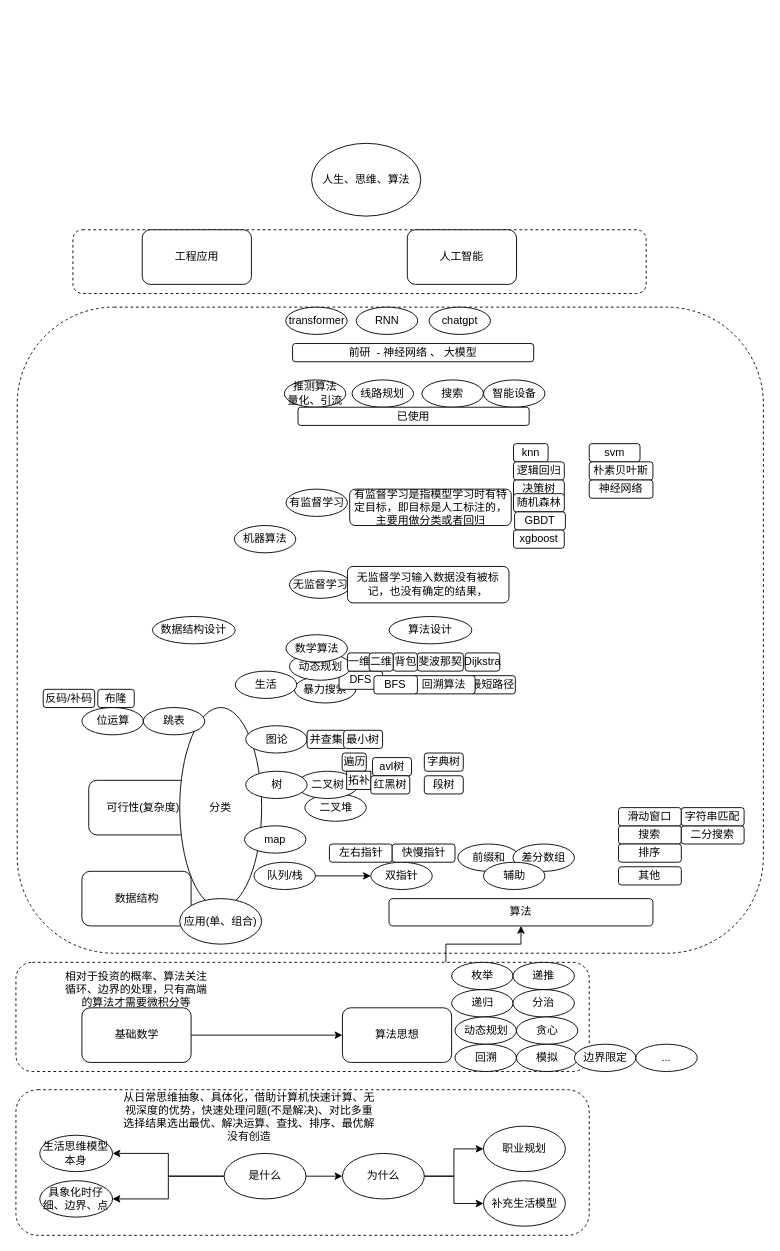
Asamiyaa/microservice-k8s-yun keeps this draw.io diagram as menus/suanfamoxing.drawio. Above is the earlier version. Source tidied: cells renumbered, new cells numbered last; positions are measured from the earlier drawing's top-left corner, leaving out a move shared by most shapes. Both pictures are drawn from the tidied source at 91%, with x=0, y=0 at pixel (15, 143).
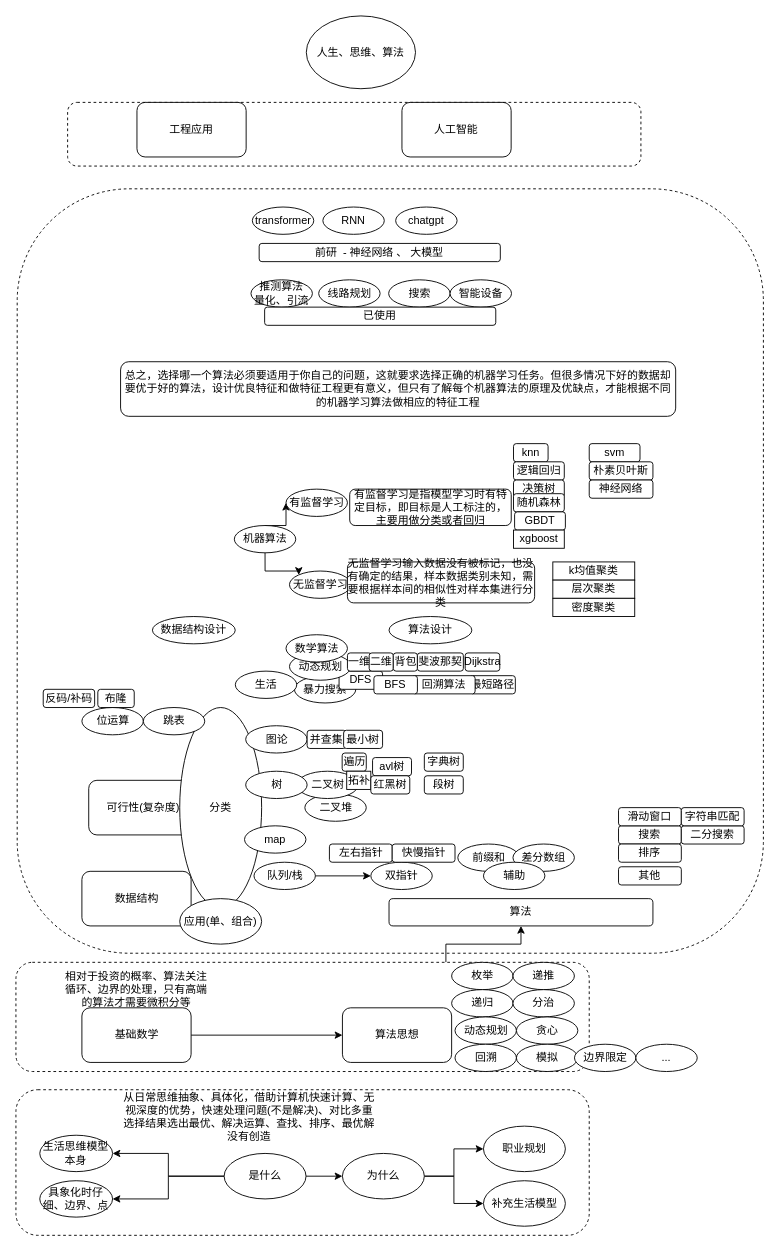
The same page after the edit.

Unchanged cells that the change refers to:
```xml
<mxCell id="73" value="机器算法" style="ellipse;whiteSpace=wrap;html=1;" parent="1" vertex="1">
  <mxGeometry x="240" y="420" width="67.5" height="30" as="geometry" />
</mxCell>
<mxCell id="97" value="有监督学习" style="ellipse;whiteSpace=wrap;html=1;" parent="1" vertex="1">
  <mxGeometry x="296.8" y="380" width="67.5" height="30" as="geometry" />
</mxCell>
<mxCell id="98" value="无监督学习" style="ellipse;whiteSpace=wrap;html=1;" parent="1" vertex="1">
  <mxGeometry x="300.6" y="470" width="67.5" height="30" as="geometry" />
</mxCell>
```

The edit, as a diff of the source:
```diff
@@
     <mxCell id="3" style="rounded=1;whiteSpace=wrap;html=1;dashed=1;" parent="1" vertex="1">
-      <mxGeometry x="62.6" y="95" width="630" height="70" as="geometry" />
+      <mxGeometry x="56.8" y="-45" width="630" height="70" as="geometry" />
     </mxCell>
     <mxCell id="4" style="rounded=1;whiteSpace=wrap;html=1;dashed=1;" parent="1" vertex="1">
-      <mxGeometry x="1.4" y="180" width="820" height="710" as="geometry" />
+      <mxGeometry x="1.4" y="50" width="820" height="840" as="geometry" />
     </mxCell>
@@
     <mxCell id="7" value="人生、思维、算法" style="ellipse;whiteSpace=wrap;html=1;" parent="1" vertex="1">
-      <mxGeometry x="324.9" width="120" height="80" as="geometry" />
+      <mxGeometry x="319.1" y="-140" width="120" height="80" as="geometry" />
     </mxCell>
@@
     <mxCell id="10" value="工程应用" style="rounded=1;whiteSpace=wrap;html=1;" parent="1" vertex="1">
-      <mxGeometry x="138.8" y="95" width="120" height="60" as="geometry" />
+      <mxGeometry x="133" y="-45" width="120" height="60" as="geometry" />
     </mxCell>
     <mxCell id="11" value="人工智能" style="rounded=1;whiteSpace=wrap;html=1;" parent="1" vertex="1">
-      <mxGeometry x="430.1" y="95" width="120" height="60" as="geometry" />
+      <mxGeometry x="424.2" y="-45" width="120" height="60" as="geometry" />
     </mxCell>
@@
+    <mxCell id="110" style="edgeStyle=orthogonalEdgeStyle;rounded=0;jettySize=auto;html=1;exitX=0.5;exitY=0;exitDx=0;exitDy=0;entryX=0;entryY=0.5;entryDx=0;entryDy=0;" parent="1" edge="1" source="73" target="97">
+      <mxGeometry relative="1" as="geometry" />
+    </mxCell>
+    <mxCell id="111" style="edgeStyle=orthogonalEdgeStyle;rounded=0;jettySize=auto;html=1;exitX=0.5;exitY=1;exitDx=0;exitDy=0;entryX=0;entryY=0;entryDx=0;entryDy=0;" parent="1" edge="1" source="73" target="98">
+      <mxGeometry relative="1" as="geometry" />
+    </mxCell>
@@
     <mxCell id="75" value="推测算法&lt;br&gt;量化、引流" style="ellipse;whiteSpace=wrap;html=1;" parent="1" vertex="1">
-      <mxGeometry x="295" y="260" width="67.5" height="30" as="geometry" />
+      <mxGeometry x="258.3" y="150" width="67.5" height="30" as="geometry" />
     </mxCell>
     <mxCell id="76" value="线路规划" style="ellipse;whiteSpace=wrap;html=1;" parent="1" vertex="1">
-      <mxGeometry x="369.4" y="260" width="67.5" height="30" as="geometry" />
+      <mxGeometry x="332.7" y="150" width="67.5" height="30" as="geometry" />
     </mxCell>
     <mxCell id="77" value="搜索" style="ellipse;whiteSpace=wrap;html=1;" parent="1" vertex="1">
-      <mxGeometry x="446.2" y="260" width="67.5" height="30" as="geometry" />
+      <mxGeometry x="409.6" y="150" width="67.5" height="30" as="geometry" />
     </mxCell>
     <mxCell id="78" value="智能设备" style="ellipse;whiteSpace=wrap;html=1;" parent="1" vertex="1">
-      <mxGeometry x="513.8" y="260" width="67.5" height="30" as="geometry" />
+      <mxGeometry x="477.1" y="150" width="67.5" height="30" as="geometry" />
     </mxCell>
     <mxCell id="79" value="已使用" style="rounded=1;whiteSpace=wrap;html=1;" parent="1" vertex="1">
-      <mxGeometry x="310" y="290" width="254" height="20" as="geometry" />
+      <mxGeometry x="273.3" y="180" width="254" height="20" as="geometry" />
     </mxCell>
     <mxCell id="80" value="前研&amp;nbsp; - 神经网络 、 大模型" style="rounded=1;whiteSpace=wrap;html=1;" parent="1" vertex="1">
-      <mxGeometry x="304" y="220" width="265" height="20" as="geometry" />
+      <mxGeometry x="267.3" y="110" width="265" height="20" as="geometry" />
     </mxCell>
     <mxCell id="81" value="transformer" style="ellipse;whiteSpace=wrap;html=1;" parent="1" vertex="1">
-      <mxGeometry x="296.5" y="180" width="67.5" height="30" as="geometry" />
+      <mxGeometry x="259.8" y="70" width="67.5" height="30" as="geometry" />
     </mxCell>
     <mxCell id="82" value="RNN" style="ellipse;whiteSpace=wrap;html=1;" parent="1" vertex="1">
-      <mxGeometry x="374" y="180" width="67.5" height="30" as="geometry" />
+      <mxGeometry x="337.3" y="70" width="67.5" height="30" as="geometry" />
     </mxCell>
     <mxCell id="83" value="chatgpt" style="ellipse;whiteSpace=wrap;html=1;" parent="1" vertex="1">
-      <mxGeometry x="454" y="180" width="67.5" height="30" as="geometry" />
+      <mxGeometry x="417.3" y="70" width="67.5" height="30" as="geometry" />
     </mxCell>
@@
-    <mxCell id="105" value="xgboost" style="rounded=1;whiteSpace=wrap;html=1;" parent="1" vertex="1">
+    <mxCell id="105" value="xgboost" style="rounded=1;whiteSpace=wrap;html=1;arcSize=0;" parent="1" vertex="1">
       <mxGeometry x="546.8" y="425" width="55.8" height="20" as="geometry" />
     </mxCell>
@@
-    <mxCell id="109" value="无监督学习输入数据没有被标记，也没有确定的结果，" style="rounded=1;whiteSpace=wrap;html=1;" parent="1" vertex="1">
-      <mxGeometry x="364.3" y="465" width="177.5" height="40" as="geometry" />
+    <mxCell id="109" value="无监督学习输入数据没有被标记，也没有确定的结果，样本数据类别未知，需要根据样本间的相似性对样本集进行分类" style="rounded=1;whiteSpace=wrap;html=1;" parent="1" vertex="1">
+      <mxGeometry x="364.3" y="460" width="205.7" height="45" as="geometry" />
     </mxCell>
+    <mxCell id="112" value="k均值聚类" style="rounded=1;whiteSpace=wrap;html=1;arcSize=0;" parent="1" vertex="1">
+      <mxGeometry x="590" y="460" width="90" height="20" as="geometry" />
+    </mxCell>
+    <mxCell id="113" value="层次聚类" style="rounded=1;whiteSpace=wrap;html=1;arcSize=0;" parent="1" vertex="1">
+      <mxGeometry x="590" y="480" width="90" height="20" as="geometry" />
+    </mxCell>
+    <mxCell id="114" value="密度聚类" style="rounded=1;whiteSpace=wrap;html=1;arcSize=0;" parent="1" vertex="1">
+      <mxGeometry x="590" y="500" width="90" height="20" as="geometry" />
+    </mxCell>
+    <mxCell id="115" value="总之，选择哪一个算法必须要适用于你自己的问题，这就要求选择正确的机器学习任务。但很多情况下好的数据却要优于好的算法，设计优良特征和做特征工程更有意义，但只有了解每个机器算法的原理及优缺点，才能根据不同的机器学习算法做相应的特征工程" style="rounded=1;whiteSpace=wrap;html=1;" parent="1" vertex="1">
+      <mxGeometry x="115" y="240" width="610" height="60" as="geometry" />
+    </mxCell>
```
